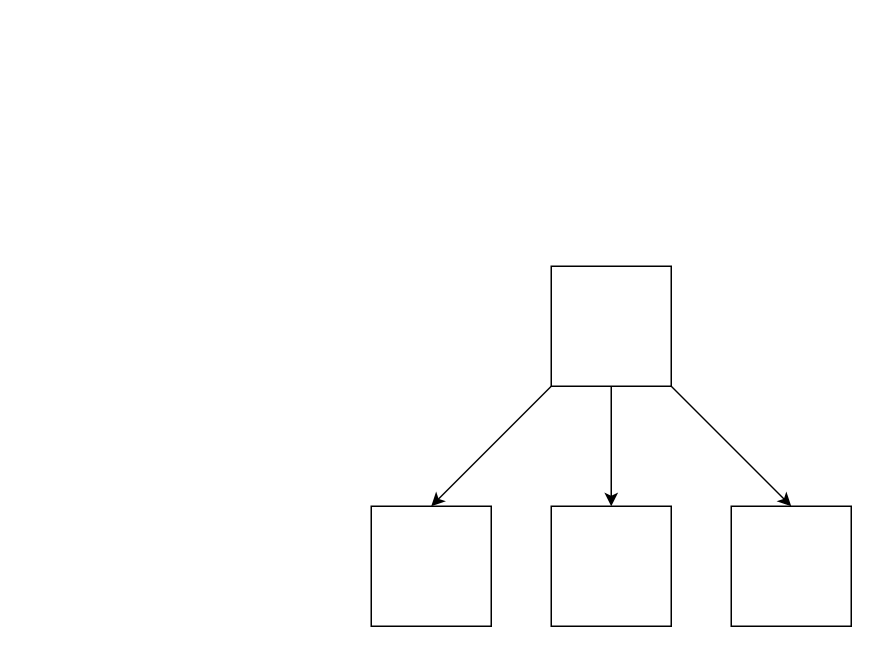
Before: soul_forge.drawio in x3rdev/SoulForge, a draw.io diagram. Source tidied: cells renumbered, new cells numbered last; positions are measured from the earlier drawing's top-left corner, leaving out a move shared by most shapes. Both pictures are drawn from the tidied source at 150%, with x=0, y=0 at pixel (370, 266).
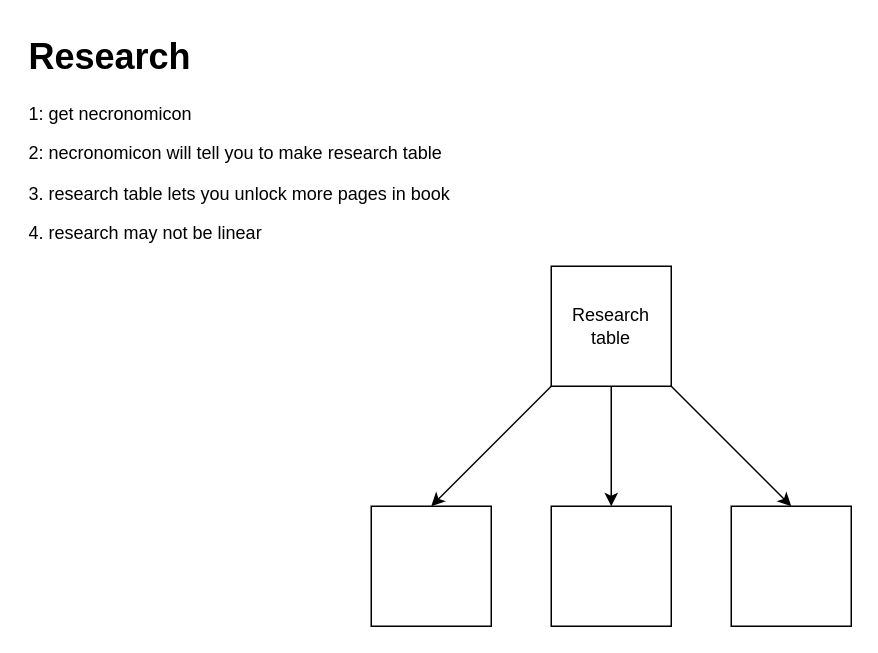
The same diagram, later.

The edit, as a diff of the source:
```diff
@@
 <mxGraphModel>
   <root>
     <mxCell id="0" />
     <mxCell id="1" parent="0" />
-    <mxCell id="2" style="whiteSpace=wrap;html=1;" parent="1" vertex="1">
+    <mxCell id="2" value="Research table" style="whiteSpace=wrap;html=1;" parent="1" vertex="1">
       <mxGeometry x="120" width="80" height="80" as="geometry" />
     </mxCell>
     <mxCell id="3" style="endArrow=classic;html=1;rounded=0;exitX=0;exitY=1;exitDx=0;exitDy=0;entryX=0.5;entryY=0;entryDx=0;entryDy=0;" parent="1" edge="1" source="2" target="6">
       <mxGeometry relative="1" as="geometry" />
     </mxCell>
     <mxCell id="4" style="endArrow=classic;html=1;rounded=0;exitX=0;exitY=1;exitDx=0;exitDy=0;" parent="1" edge="1">
       <mxGeometry relative="1" as="geometry">
         <mxPoint x="200" y="80" as="sourcePoint" />
         <mxPoint x="280" y="160" as="targetPoint" />
       </mxGeometry>
     </mxCell>
     <mxCell id="5" style="endArrow=classic;html=1;rounded=0;exitX=0;exitY=1;exitDx=0;exitDy=0;" parent="1" edge="1">
       <mxGeometry relative="1" as="geometry">
         <mxPoint x="160" y="80" as="sourcePoint" />
         <mxPoint x="160" y="160" as="targetPoint" />
       </mxGeometry>
     </mxCell>
     <mxCell id="6" style="whiteSpace=wrap;html=1;" parent="1" vertex="1">
       <mxGeometry y="160" width="80" height="80" as="geometry" />
     </mxCell>
     <mxCell id="7" style="whiteSpace=wrap;html=1;" parent="1" vertex="1">
       <mxGeometry x="120" y="160" width="80" height="80" as="geometry" />
     </mxCell>
     <mxCell id="8" style="whiteSpace=wrap;html=1;" parent="1" vertex="1">
       <mxGeometry x="240" y="160" width="80" height="80" as="geometry" />
     </mxCell>
+    <mxCell id="9" value="&lt;h1 style=&quot;margin-top: 0px;&quot;&gt;Research&lt;/h1&gt;&lt;p&gt;1: get necronomicon&lt;/p&gt;&lt;p&gt;2: necronomicon will tell you to make research table&lt;/p&gt;&lt;p&gt;3. research table lets you unlock more pages in book&lt;/p&gt;&lt;p&gt;4. research may not be linear&lt;/p&gt;&lt;p&gt;&lt;br&gt;&lt;/p&gt;&lt;p&gt;&lt;br&gt;&lt;/p&gt;" style="text;html=1;whiteSpace=wrap;overflow=hidden;rounded=0;" parent="1" vertex="1">
+      <mxGeometry x="-230" y="-160" width="460" height="150" as="geometry" />
+    </mxCell>
   </root>
 </mxGraphModel>
```
